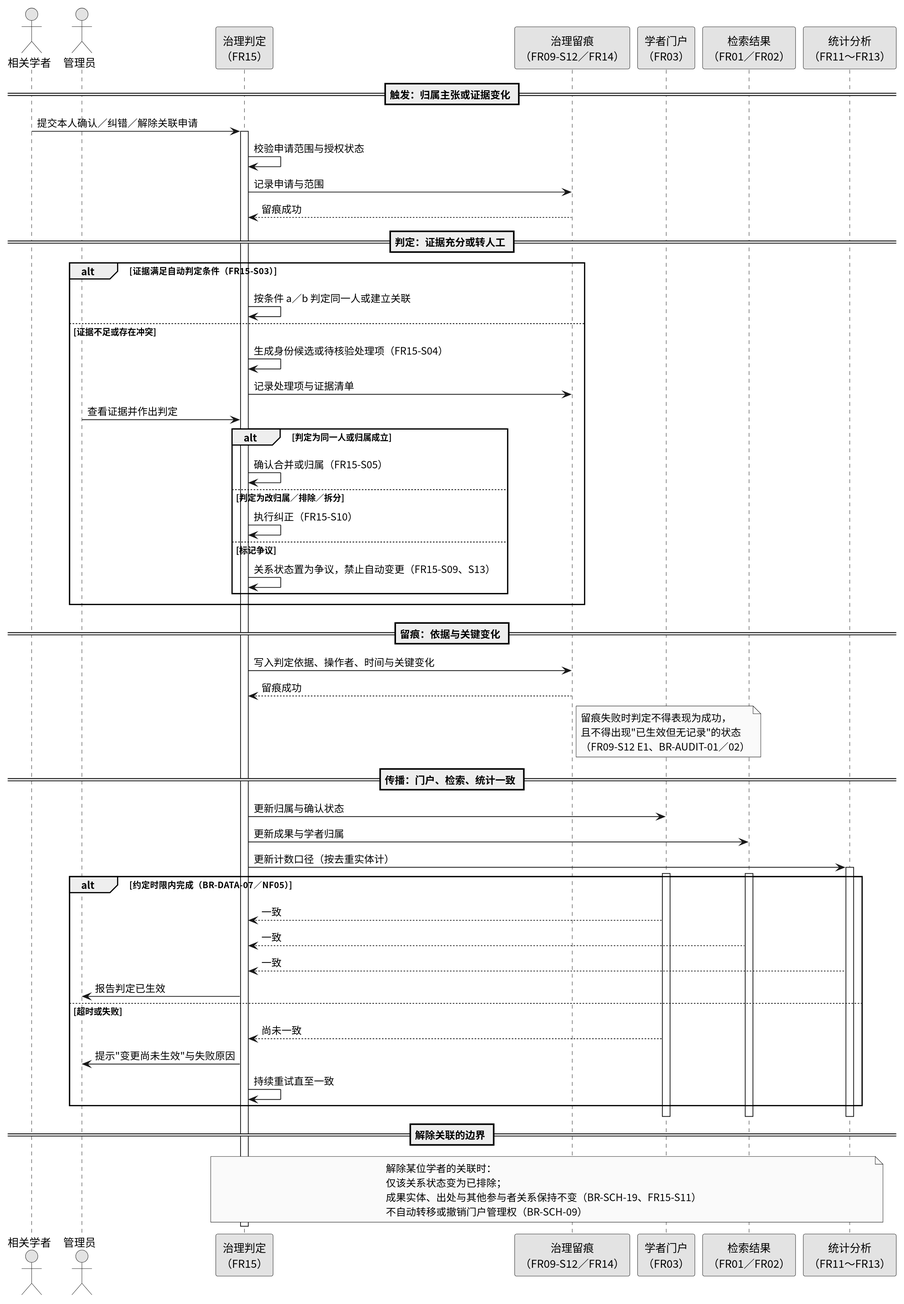
Before: docs/uml/governance/generated/relation-decision-sequence.svg, a diagram exported from PlantUML (CognitaNexus/CognitaNexus). Source of this version:
```plantuml
@startuml
!pragma layout smetana

skinparam monochrome true
skinparam shadowing false
skinparam defaultFontName "Noto Sans CJK SC"
skinparam dpi 150

actor "相关学者" as Scholar
actor "管理员" as Admin

participant "治理判定\n（FR15）" as Gov
participant "治理留痕\n（FR09-S12／FR14）" as Audit
participant "学者门户\n（FR03）" as Portal
participant "检索结果\n（FR01／FR02）" as Search
participant "统计分析\n（FR11～FR13）" as Stats

== 触发：归属主张或证据变化 ==
Scholar -> Gov : 提交本人确认／纠错／解除关联申请
activate Gov
Gov -> Gov : 校验申请范围与授权状态
Gov -> Audit : 记录申请与范围
Audit --> Gov : 留痕成功

== 判定：证据充分或转人工 ==
alt 证据满足自动判定条件（FR15-S03）
  Gov -> Gov : 按条件 a／b 判定同一人或建立关联
else 证据不足或存在冲突
  Gov -> Gov : 生成身份候选或待核验处理项（FR15-S04）
  Gov -> Audit : 记录处理项与证据清单
  Admin -> Gov : 查看证据并作出判定
  alt 判定为同一人或归属成立
    Gov -> Gov : 确认合并或归属（FR15-S05）
  else 判定为改归属／排除／拆分
    Gov -> Gov : 执行纠正（FR15-S10）
  else 标记争议
    Gov -> Gov : 关系状态置为争议，禁止自动变更（FR15-S09、S13）
  end
end

== 留痕：依据与关键变化 ==
Gov -> Audit : 写入判定依据、操作者、时间与关键变化
Audit --> Gov : 留痕成功
note right of Audit
  留痕失败时判定不得表现为成功，
  且不得出现"已生效但无记录"的状态
  （FR09-S12 E1、BR-AUDIT-01／02）
end note

== 传播：门户、检索、统计一致 ==
Gov -> Portal : 更新归属与确认状态
Gov -> Search : 更新成果与学者归属
Gov -> Stats : 更新计数口径（按去重实体计）
activate Portal
activate Search
activate Stats

alt 约定时限内完成（BR-DATA-07／NF05）
  Portal --> Gov : 一致
  Search --> Gov : 一致
  Stats --> Gov : 一致
  Gov -> Admin : 报告判定已生效
else 超时或失败
  Portal --> Gov : 尚未一致
  Gov -> Admin : 提示"变更尚未生效"与失败原因
  Gov -> Gov : 持续重试直至一致
end

deactivate Portal
deactivate Search
deactivate Stats

== 解除关联的边界 ==
note over Gov, Stats
  解除某位学者的关联时：
  仅该关系状态变为已排除；
  成果实体、出处与其他参与者关系保持不变（BR-SCH-19、FR15-S11）
  不自动转移或撤销门户管理权（BR-SCH-09）
end note

deactivate Gov
@enduml
```
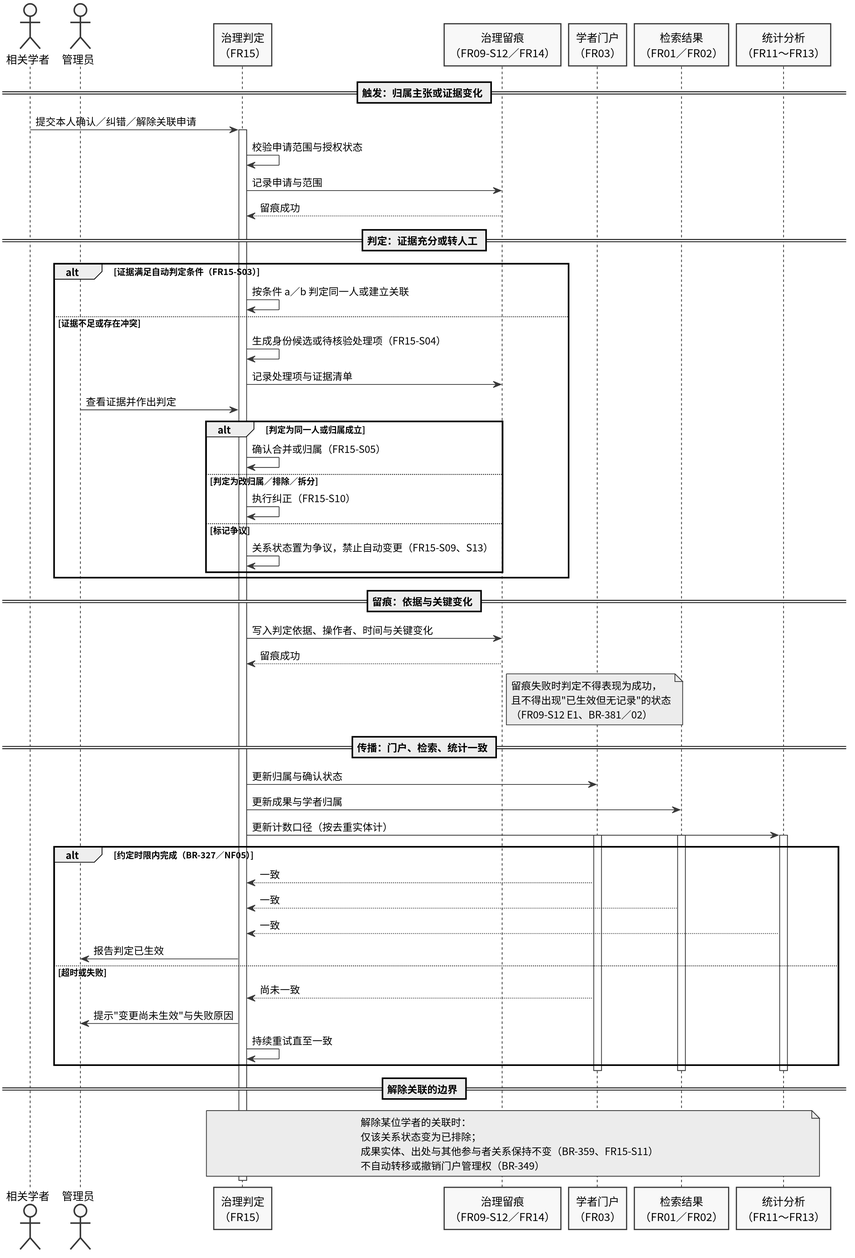
Above is the later version.

Change to the diagram source:
```diff
@@ -44,7 +44,7 @@
 note right of Audit
   留痕失败时判定不得表现为成功，
   且不得出现"已生效但无记录"的状态
-  （FR09-S12 E1、BR-AUDIT-01／02）
+  （FR09-S12 E1、BR-381／02）
 end note
 
 == 传播：门户、检索、统计一致 ==
@@ -55,7 +55,7 @@
 activate Search
 activate Stats
 
-alt 约定时限内完成（BR-DATA-07／NF05）
+alt 约定时限内完成（BR-327／NF05）
   Portal --> Gov : 一致
   Search --> Gov : 一致
   Stats --> Gov : 一致
@@ -74,8 +74,8 @@
 note over Gov, Stats
   解除某位学者的关联时：
   仅该关系状态变为已排除；
-  成果实体、出处与其他参与者关系保持不变（BR-SCH-19、FR15-S11）
-  不自动转移或撤销门户管理权（BR-SCH-09）
+  成果实体、出处与其他参与者关系保持不变（BR-359、FR15-S11）
+  不自动转移或撤销门户管理权（BR-349）
 end note
 
 deactivate Gov
```
